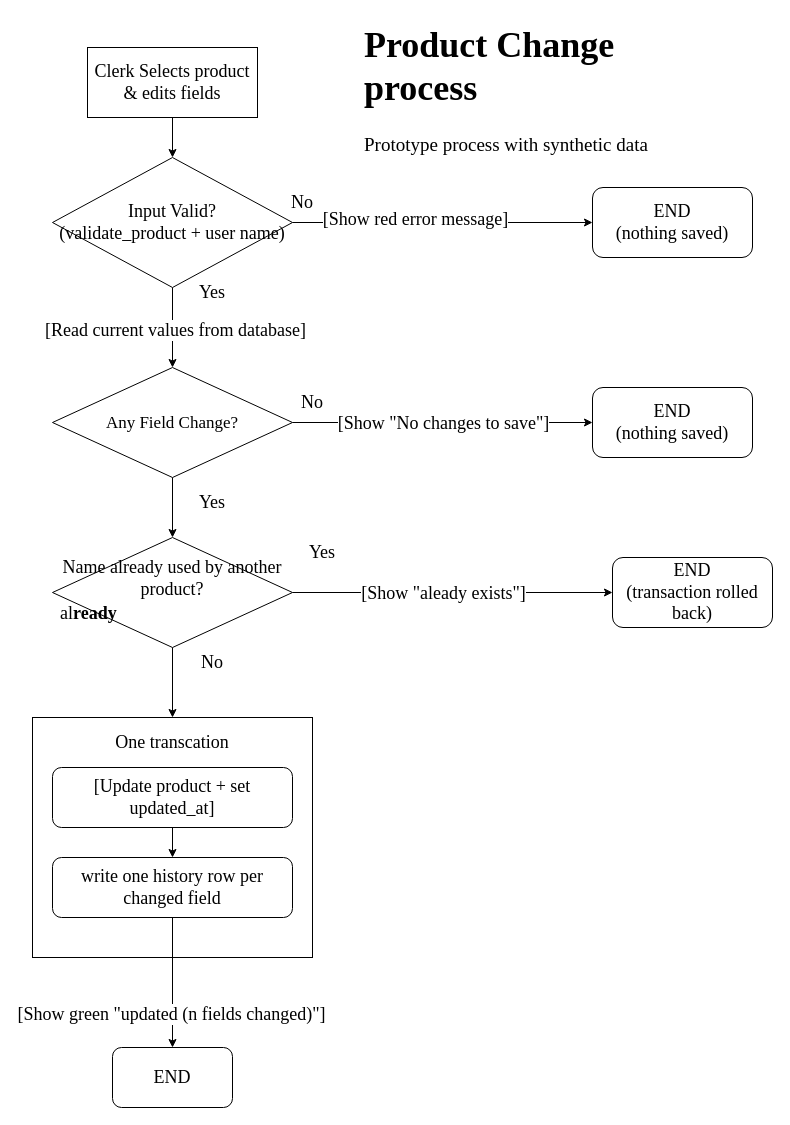
sai-sudharsan06/smart-warehouse-control-tower keeps this draw.io diagram as docs/Diagrams/Product_change_process.drawio. Above is the earlier version. Source tidied: cells renumbered, new cells numbered last; positions are measured from the earlier drawing's top-left corner, leaving out a move shared by most shapes. Both pictures are drawn from the tidied source at 100%, with x=0, y=0 at pixel (32, 17).
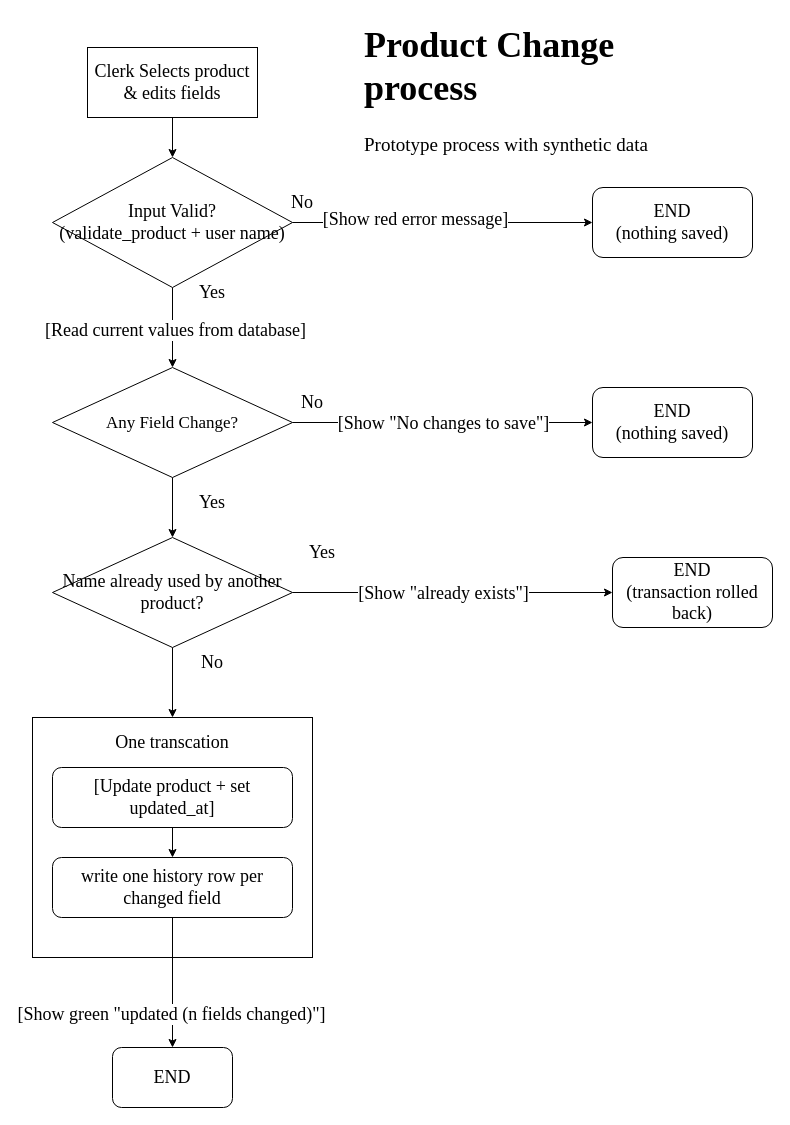
The same diagram, later.

Commit message (it also covers changes not shown here):
re-export diagram

Unchanged cells that the change refers to:
```xml
<mxCell id="19" style="edgeStyle=orthogonalEdgeStyle;rounded=0;jettySize=auto;html=1;entryX=0;entryY=0.5;entryDx=0;entryDy=0;defaultLabelBackgroundColor=page;labelPadding=0 4;" parent="1" edge="1" source="22" target="23">
  <mxGeometry relative="1" as="geometry" />
</mxCell>
```

Change to the diagram source:
```diff
@@
-    <mxCell id="20" value="[Show &quot;aleady exists&quot;]" style="edgeLabel;html=1;align=center;verticalAlign=middle;inheritText=fontColor,fontStyle,textOpacity,labelBorderColor,labelBorderWidth,labelBackgroundColor,defaultLabelBackgroundColor,labelPadding;defaultLabelBackgroundColor=page;labelPadding=0 4;fontSize=18;fontFamily=Times New Roman;" parent="19" vertex="1">
+    <mxCell id="20" value="[Show &quot;already exists&quot;]" style="edgeLabel;html=1;align=center;verticalAlign=middle;inheritText=fontColor,fontStyle,textOpacity,labelBorderColor,labelBorderWidth,labelBackgroundColor,defaultLabelBackgroundColor,labelPadding;defaultLabelBackgroundColor=page;labelPadding=0 4;fontSize=18;fontFamily=Times New Roman;" parent="19" vertex="1">
       <mxGeometry x="0.01" y="2" relative="1" as="geometry">
         <mxPoint x="-12" y="2" as="offset" />
       </mxGeometry>
     </mxCell>
@@
-    <mxCell id="22" value="&lt;div&gt;&lt;/div&gt;Name already used by another product?&lt;table&gt;&lt;tbody&gt;&lt;tr&gt;&lt;td&gt;&lt;strong&gt;&lt;/strong&gt;&lt;/td&gt;&lt;td&gt;al&lt;strong&gt;ready&lt;/strong&gt;&lt;/td&gt;&lt;/tr&gt;&lt;/tbody&gt;&lt;/table&gt;" style="rhombus;whiteSpace=wrap;html=1;shapeInside=1;fontSize=18;fontFamily=Times New Roman;" parent="1" vertex="1">
+    <mxCell id="22" value="&lt;div&gt;&lt;/div&gt;Name already used by another product?" style="rhombus;whiteSpace=wrap;html=1;shapeInside=1;fontSize=18;fontFamily=Times New Roman;" parent="1" vertex="1">
       <mxGeometry x="20" y="520" width="240" height="110" as="geometry" />
     </mxCell>
```
